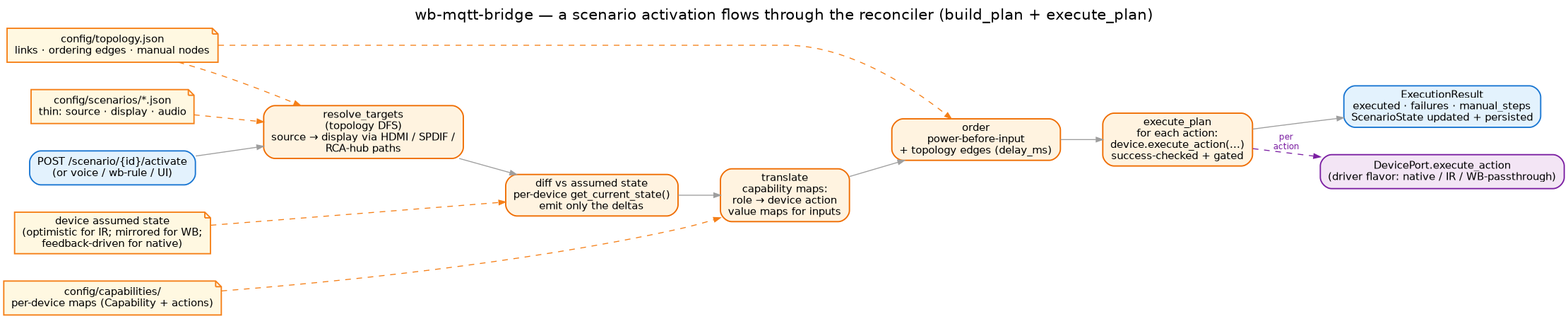
Earlier version of the Graphviz export docs/images/scenario-reconciler.png (droman42/wb-mqtt-bridge). Its source is kept beside it as docs/images/scenario-reconciler.dot.
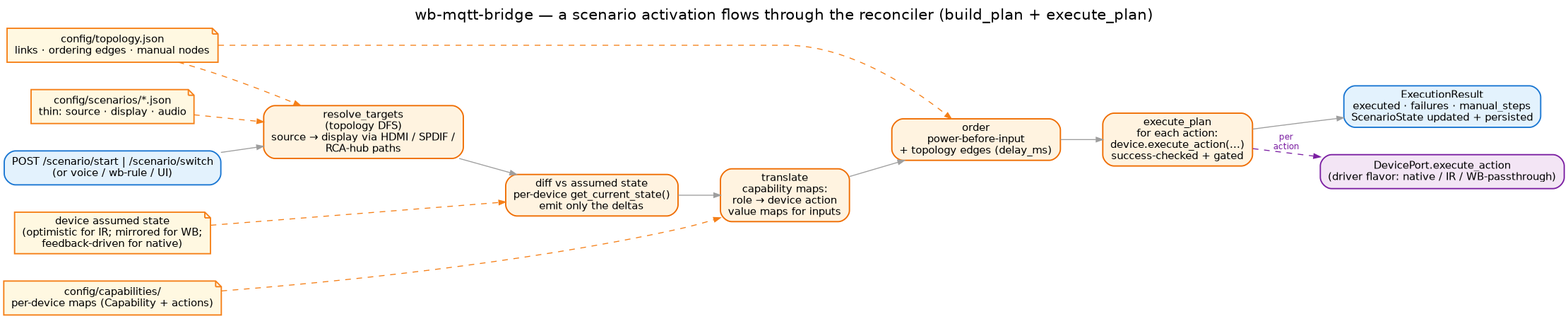
The same diagram one commit later.

Diff of the diagram source:
```diff
@@ -9,7 +9,7 @@
   node [fontname="Helvetica", fontsize=11, shape=box, style="filled,rounded", penwidth=1.4];
   edge [fontname="Helvetica", fontsize=9, color="#9e9e9e", arrowsize=0.7];
 
-  trigger [label="POST /scenario/{id}/activate\n(or voice / wb-rule / UI)",
+  trigger [label="POST /scenario/start | /scenario/switch\n(or voice / wb-rule / UI)",
            fillcolor="#e3f2fd", color="#1976d2"];
 
   resolve   [label="resolve_targets\n(topology DFS)\nsource → display via HDMI / SPDIF /\nRCA-hub paths",
```
